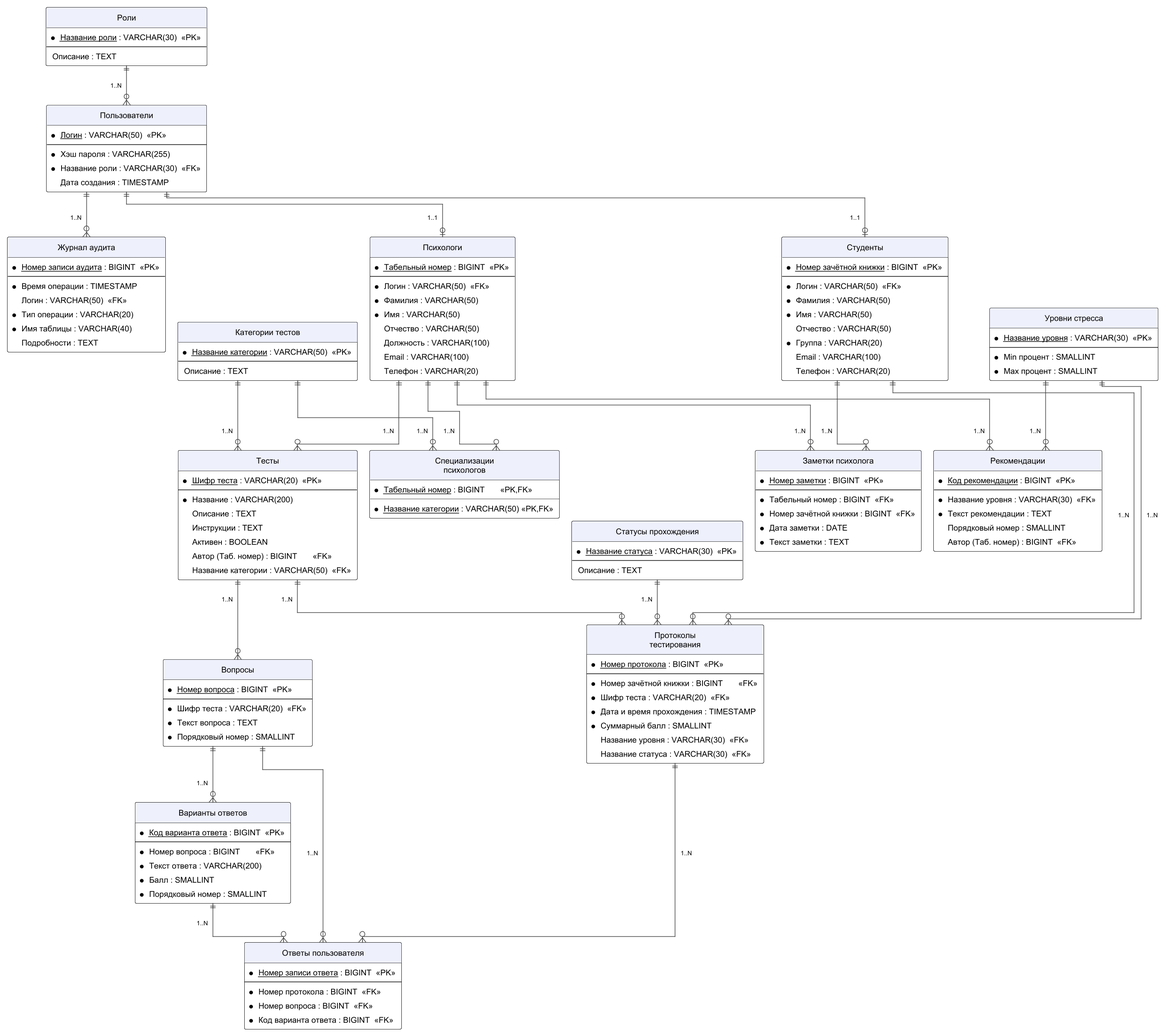
This is diagrams/logical.png from imaO0O/mental-health, a PlantUML export, as it was before one commit.
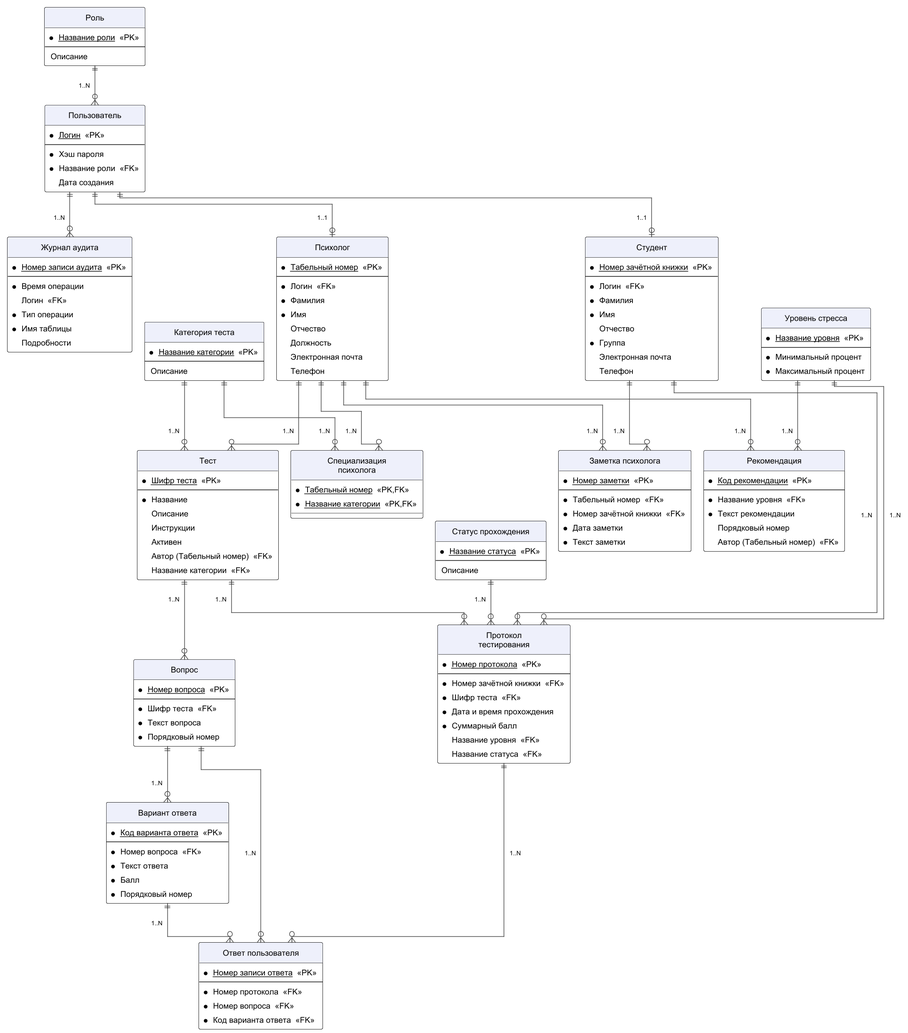
Above is the later version.

The edit, as a diff of the source:
```diff
@@ -27,149 +27,149 @@
 hide circle
 
 together {
-  entity "Роли" as Roles {
-      * <u>Название роли</u> : VARCHAR(30)  <<PK>>
+  entity "Роль" as Roles {
+      * <u>Название роли</u>  <<PK>>
       --
-        Описание : TEXT
+        Описание
   }
 
-  entity "Категории тестов" as Categories {
-      * <u>Название категории</u> : VARCHAR(50)  <<PK>>
+  entity "Категория теста" as Categories {
+      * <u>Название категории</u>  <<PK>>
       --
-        Описание : TEXT
+        Описание
   }
 
-  entity "Уровни стресса" as StressLevels {
-      * <u>Название уровня</u> : VARCHAR(30)  <<PK>>
+  entity "Уровень стресса" as StressLevels {
+      * <u>Название уровня</u>  <<PK>>
       --
-      * Min процент : SMALLINT
-      * Max процент : SMALLINT
+      * Минимальный процент
+      * Максимальный процент
   }
 
-  entity "Статусы прохождения" as Statuses {
-      * <u>Название статуса</u> : VARCHAR(30)  <<PK>>
+  entity "Статус прохождения" as Statuses {
+      * <u>Название статуса</u>  <<PK>>
       --
-        Описание : TEXT
+        Описание
   }
 }
 
 together {
-  entity "Пользователи" as Users {
-      * <u>Логин</u> : VARCHAR(50)  <<PK>>
+  entity "Пользователь" as Users {
+      * <u>Логин</u>  <<PK>>
       --
-      * Хэш пароля : VARCHAR(255)
-      * Название роли : VARCHAR(30)  <<FK>>
-        Дата создания : TIMESTAMP
+      * Хэш пароля
+      * Название роли  <<FK>>
+        Дата создания
   }
 
-  entity "Студенты" as Students {
-      * <u>Номер зачётной книжки</u> : BIGINT  <<PK>>
+  entity "Студент" as Students {
+      * <u>Номер зачётной книжки</u>  <<PK>>
       --
-      * Логин : VARCHAR(50)  <<FK>>
-      * Фамилия : VARCHAR(50)
-      * Имя : VARCHAR(50)
-        Отчество : VARCHAR(50)
-      * Группа : VARCHAR(20)
-        Email : VARCHAR(100)
-        Телефон : VARCHAR(20)
+      * Логин  <<FK>>
+      * Фамилия
+      * Имя
+        Отчество
+      * Группа
+        Электронная почта
+        Телефон
   }
 
-  entity "Психологи" as Psychologists {
-      * <u>Табельный номер</u> : BIGINT  <<PK>>
+  entity "Психолог" as Psychologists {
+      * <u>Табельный номер</u>  <<PK>>
       --
-      * Логин : VARCHAR(50)  <<FK>>
-      * Фамилия : VARCHAR(50)
-      * Имя : VARCHAR(50)
-        Отчество : VARCHAR(50)
-        Должность : VARCHAR(100)
-        Email : VARCHAR(100)
-        Телефон : VARCHAR(20)
+      * Логин  <<FK>>
+      * Фамилия
+      * Имя
+        Отчество
+        Должность
+        Электронная почта
+        Телефон
   }
 
-  entity "Специализации\nпсихологов" as Specs {
-      * <u>Табельный номер</u> : BIGINT       <<PK,FK>>
-      * <u>Название категории</u> : VARCHAR(50) <<PK,FK>>
+  entity "Специализация\nпсихолога" as Specs {
+      * <u>Табельный номер</u>  <<PK,FK>>
+      * <u>Название категории</u>  <<PK,FK>>
   }
 }
 
 together {
-  entity "Тесты" as Tests {
-      * <u>Шифр теста</u> : VARCHAR(20)  <<PK>>
+  entity "Тест" as Tests {
+      * <u>Шифр теста</u>  <<PK>>
       --
-      * Название : VARCHAR(200)
-        Описание : TEXT
-        Инструкции : TEXT
-        Активен : BOOLEAN
-        Автор (Таб. номер) : BIGINT       <<FK>>
-        Название категории : VARCHAR(50)  <<FK>>
+      * Название
+        Описание
+        Инструкции
+        Активен
+        Автор (Табельный номер)  <<FK>>
+        Название категории  <<FK>>
   }
 
-  entity "Вопросы" as Questions {
-      * <u>Номер вопроса</u> : BIGINT  <<PK>>
+  entity "Вопрос" as Questions {
+      * <u>Номер вопроса</u>  <<PK>>
       --
-      * Шифр теста : VARCHAR(20)  <<FK>>
-      * Текст вопроса : TEXT
-      * Порядковый номер : SMALLINT
+      * Шифр теста  <<FK>>
+      * Текст вопроса
+      * Порядковый номер
   }
 
-  entity "Варианты ответов" as Answers {
-      * <u>Код варианта ответа</u> : BIGINT  <<PK>>
+  entity "Вариант ответа" as Answers {
+      * <u>Код варианта ответа</u>  <<PK>>
       --
-      * Номер вопроса : BIGINT       <<FK>>
-      * Текст ответа : VARCHAR(200)
-      * Балл : SMALLINT
-      * Порядковый номер : SMALLINT
+      * Номер вопроса  <<FK>>
+      * Текст ответа
+      * Балл
+      * Порядковый номер
   }
 }
 
 together {
-  entity "Протоколы\nтестирования" as Protocols {
-      * <u>Номер протокола</u> : BIGINT  <<PK>>
+  entity "Протокол\nтестирования" as Protocols {
+      * <u>Номер протокола</u>  <<PK>>
       --
-      * Номер зачётной книжки : BIGINT       <<FK>>
-      * Шифр теста : VARCHAR(20)  <<FK>>
-      * Дата и время прохождения : TIMESTAMP
-      * Суммарный балл : SMALLINT
-        Название уровня : VARCHAR(30)  <<FK>>
-        Название статуса : VARCHAR(30)  <<FK>>
+      * Номер зачётной книжки  <<FK>>
+      * Шифр теста  <<FK>>
+      * Дата и время прохождения
+      * Суммарный балл
+        Название уровня  <<FK>>
+        Название статуса  <<FK>>
   }
 
-  entity "Ответы пользователя" as UserAnswers {
-      * <u>Номер записи ответа</u> : BIGINT  <<PK>>
+  entity "Ответ пользователя" as UserAnswers {
+      * <u>Номер записи ответа</u>  <<PK>>
       --
-      * Номер протокола : BIGINT  <<FK>>
-      * Номер вопроса : BIGINT  <<FK>>
-      * Код варианта ответа : BIGINT  <<FK>>
+      * Номер протокола  <<FK>>
+      * Номер вопроса  <<FK>>
+      * Код варианта ответа  <<FK>>
   }
 }
 
 together {
-  entity "Рекомендации" as Recs {
-      * <u>Код рекомендации</u> : BIGINT  <<PK>>
+  entity "Рекомендация" as Recs {
+      * <u>Код рекомендации</u>  <<PK>>
       --
-      * Название уровня : VARCHAR(30)  <<FK>>
-      * Текст рекомендации : TEXT
-        Порядковый номер : SMALLINT
-        Автор (Таб. номер) : BIGINT  <<FK>>
+      * Название уровня  <<FK>>
+      * Текст рекомендации
+        Порядковый номер
+        Автор (Табельный номер)  <<FK>>
   }
 
-  entity "Заметки психолога" as Notes {
-      * <u>Номер заметки</u> : BIGINT  <<PK>>
+  entity "Заметка психолога" as Notes {
+      * <u>Номер заметки</u>  <<PK>>
       --
-      * Табельный номер : BIGINT  <<FK>>
-      * Номер зачётной книжки : BIGINT  <<FK>>
-      * Дата заметки : DATE
-      * Текст заметки : TEXT
+      * Табельный номер  <<FK>>
+      * Номер зачётной книжки  <<FK>>
+      * Дата заметки
+      * Текст заметки
   }
 
   entity "Журнал аудита" as Audit {
-      * <u>Номер записи аудита</u> : BIGINT  <<PK>>
+      * <u>Номер записи аудита</u>  <<PK>>
       --
-      * Время операции : TIMESTAMP
-        Логин : VARCHAR(50)  <<FK>>
-      * Тип операции : VARCHAR(20)
-      * Имя таблицы : VARCHAR(40)
-        Подробности : TEXT
+      * Время операции
+        Логин  <<FK>>
+      * Тип операции
+      * Имя таблицы
+        Подробности
   }
 }
 
```
